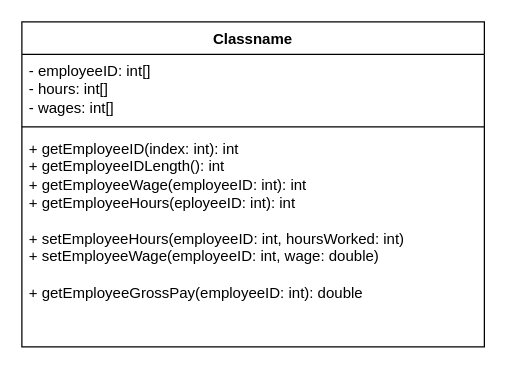
The draw.io diagram Payroll.drawio in crapeter/UMLs, before the edit. Source tidied: cells renumbered, new cells numbered last; positions are measured from the earlier drawing's top-left corner, leaving out a move shared by most shapes. Both pictures are drawn from the tidied source at 125%, with x=0, y=0 at pixel (21, 21).
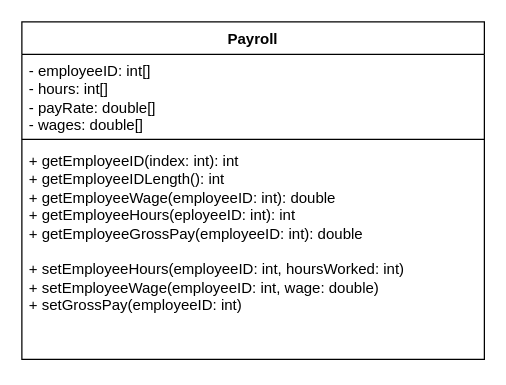
The same diagram, later.

The edit, as a diff of the source:
```diff
@@
 <mxGraphModel>
   <root>
     <mxCell id="0" />
     <mxCell id="1" parent="0" />
-    <mxCell id="2" value="Classname" style="swimlane;fontStyle=1;align=center;verticalAlign=top;horizontal=1;startSize=26;whiteSpace=wrap;html=1;" parent="1" vertex="1">
-      <mxGeometry width="370" height="260" as="geometry" />
+    <mxCell id="2" value="&lt;div&gt;Payroll&lt;/div&gt;" style="swimlane;fontStyle=1;align=center;verticalAlign=top;horizontal=1;startSize=26;whiteSpace=wrap;html=1;" parent="1" vertex="1">
+      <mxGeometry width="370" height="270" as="geometry" />
     </mxCell>
-    <mxCell id="3" value="&lt;div&gt;- employeeID: int[]&lt;/div&gt;&lt;div&gt;- hours: int[]&lt;/div&gt;&lt;div&gt;- wages: int[]&lt;br&gt;&lt;/div&gt;" style="text;strokeColor=none;fillColor=none;align=left;verticalAlign=top;spacingLeft=4;spacingRight=4;overflow=hidden;whiteSpace=wrap;html=1;" parent="2" vertex="1">
-      <mxGeometry y="26" width="370" height="54" as="geometry" />
+    <mxCell id="3" value="&lt;div&gt;- employeeID: int[]&lt;/div&gt;&lt;div&gt;- hours: int[]&lt;/div&gt;&lt;div&gt;- payRate: double[]&lt;br&gt;&lt;/div&gt;&lt;div&gt;- wages: double[]&lt;br&gt;&lt;/div&gt;" style="text;strokeColor=none;fillColor=none;align=left;verticalAlign=top;spacingLeft=4;spacingRight=4;overflow=hidden;whiteSpace=wrap;html=1;" parent="2" vertex="1">
+      <mxGeometry y="26" width="370" height="64" as="geometry" />
     </mxCell>
     <mxCell id="4" style="line;strokeWidth=1;fillColor=none;align=left;verticalAlign=middle;spacingTop=-1;spacingLeft=3;spacingRight=3;labelPosition=right;strokeColor=inherit;" parent="2" vertex="1">
-      <mxGeometry y="80" width="370" height="8" as="geometry" />
+      <mxGeometry y="90" width="370" height="8" as="geometry" />
     </mxCell>
-    <mxCell id="5" value="&lt;div&gt;+ getEmployeeID(index: int): int&lt;/div&gt;&lt;div&gt;+ getEmployeeIDLength(): int&lt;/div&gt;&lt;div&gt;+ getEmployeeWage(employeeID: int): int&lt;/div&gt;&lt;div&gt;+ getEmployeeHours(eployeeID: int): int&lt;br&gt;&lt;/div&gt;&lt;div&gt;&lt;br&gt;&lt;/div&gt;&lt;div&gt;+ setEmployeeHours(employeeID: int, hoursWorked: int)&lt;/div&gt;&lt;div&gt;+ setEmployeeWage(employeeID: int, wage: double)&lt;/div&gt;&lt;div&gt;&lt;br&gt;&lt;/div&gt;&lt;div&gt;+ getEmployeeGrossPay(employeeID: int): double&lt;br&gt;&lt;/div&gt;" style="text;strokeColor=none;fillColor=none;align=left;verticalAlign=top;spacingLeft=4;spacingRight=4;overflow=hidden;whiteSpace=wrap;html=1;" parent="2" vertex="1">
-      <mxGeometry y="88" width="370" height="172" as="geometry" />
+    <mxCell id="5" value="&lt;div&gt;+ getEmployeeID(index: int): int&lt;/div&gt;&lt;div&gt;+ getEmployeeIDLength(): int&lt;/div&gt;&lt;div&gt;+ getEmployeeWage(employeeID: int): double&lt;br&gt;&lt;/div&gt;&lt;div&gt;+ getEmployeeHours(eployeeID: int): int&lt;/div&gt;&lt;div&gt;+ getEmployeeGrossPay(employeeID: int): double&lt;br&gt;&lt;/div&gt;&lt;div&gt;&lt;br&gt;&lt;/div&gt;&lt;div&gt;+ setEmployeeHours(employeeID: int, hoursWorked: int)&lt;/div&gt;&lt;div&gt;+ setEmployeeWage(employeeID: int, wage: double)&lt;/div&gt;&lt;div&gt;+ setGrossPay(employeeID: int)&lt;br&gt;&lt;/div&gt;" style="text;strokeColor=none;fillColor=none;align=left;verticalAlign=top;spacingLeft=4;spacingRight=4;overflow=hidden;whiteSpace=wrap;html=1;" parent="2" vertex="1">
+      <mxGeometry y="98" width="370" height="172" as="geometry" />
     </mxCell>
   </root>
 </mxGraphModel>
```
